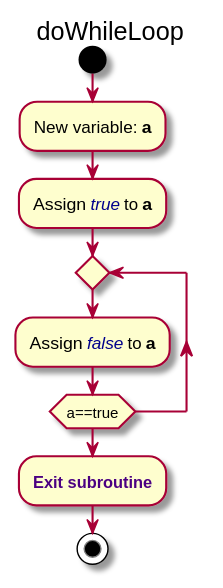
Before: Java-documentator/Documentation/images/Method_doWhileLoop_diagram.svg, a diagram exported from PlantUML (afmoyar/Java-Documentator).
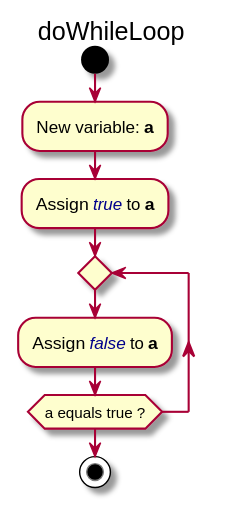
The same diagram one commit later.

Change to the diagram source:
```diff
@@ -5,7 +5,6 @@
 :Assign <color:darkblue><i>true</i></color> to <b>a</b>;
 repeat
 :Assign <color:darkblue><i>false</i></color> to <b>a</b>;
-repeat while (a==true)
-:<color:INDIGO><b>Exit subroutine</b></color>;
+repeat while (a equals true ?)
 stop
 @enduml
```
